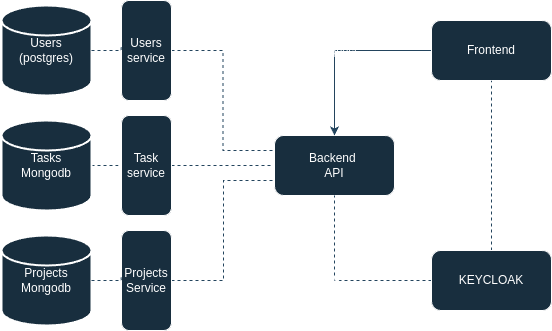
Before: diagram.drawio.png, a diagram exported from draw.io (pgruchala/toDoApp). Source tidied: cells renumbered, new cells last; positions are measured from the earlier drawing's top-left corner, leaving out a move shared by most shapes. Source of this version:
```xml
<mxGraphModel>
  <root>
    <mxCell id="0" />
    <mxCell id="1" parent="0" />
    <mxCell id="2" value="Users&lt;br&gt;(postgres)" style="strokeWidth=2;html=1;shape=mxgraph.flowchart.database;whiteSpace=wrap;labelBackgroundColor=none;fillColor=#182E3E;strokeColor=#FFFFFF;fontColor=#FFFFFF;" parent="1" vertex="1">
      <mxGeometry y="5" width="90" height="90" as="geometry" />
    </mxCell>
    <mxCell id="3" style="edgeStyle=orthogonalEdgeStyle;rounded=0;jettySize=auto;html=1;exitX=1;exitY=0.5;exitDx=0;exitDy=0;exitPerimeter=0;entryX=0;entryY=0.5;entryDx=0;entryDy=0;dashed=1;endArrow=none;startFill=0;labelBackgroundColor=none;fontColor=default;strokeColor=#23445D;" parent="1" edge="1" source="4" target="12">
      <mxGeometry relative="1" as="geometry" />
    </mxCell>
    <mxCell id="4" value="Tasks&lt;div&gt;Mongodb&lt;/div&gt;" style="strokeWidth=2;html=1;shape=mxgraph.flowchart.database;whiteSpace=wrap;labelBackgroundColor=none;fillColor=#182E3E;strokeColor=#FFFFFF;fontColor=#FFFFFF;" parent="1" vertex="1">
      <mxGeometry y="120" width="90" height="90" as="geometry" />
    </mxCell>
    <mxCell id="5" value="Projects&lt;div&gt;Mongodb&lt;/div&gt;" style="strokeWidth=2;html=1;shape=mxgraph.flowchart.database;whiteSpace=wrap;labelBackgroundColor=none;fillColor=#182E3E;strokeColor=#FFFFFF;fontColor=#FFFFFF;" parent="1" vertex="1">
      <mxGeometry y="235" width="90" height="90" as="geometry" />
    </mxCell>
    <mxCell id="6" style="edgeStyle=orthogonalEdgeStyle;rounded=0;jettySize=auto;html=1;exitX=1;exitY=0.5;exitDx=0;exitDy=0;entryX=0;entryY=0.75;entryDx=0;entryDy=0;dashed=1;endArrow=none;startFill=0;labelBackgroundColor=none;fontColor=default;strokeColor=#23445D;" parent="1" edge="1" source="7" target="13">
      <mxGeometry relative="1" as="geometry">
        <Array as="points">
          <mxPoint x="222" y="280" />
          <mxPoint x="222" y="180" />
        </Array>
      </mxGeometry>
    </mxCell>
    <mxCell id="7" value="Projects Service" style="rounded=1;whiteSpace=wrap;html=1;labelBackgroundColor=none;fillColor=#182E3E;strokeColor=#FFFFFF;fontColor=#FFFFFF;" parent="1" vertex="1">
      <mxGeometry x="120" y="230" width="50" height="100" as="geometry" />
    </mxCell>
    <mxCell id="8" style="edgeStyle=orthogonalEdgeStyle;rounded=0;orthogonalLoop=1;jettySize=auto;html=1;exitX=1;exitY=0.5;exitDx=0;exitDy=0;entryX=1;entryY=0.5;entryDx=0;entryDy=0;labelBackgroundColor=none;fontColor=default;strokeColor=#23445D;" parent="1" edge="1" source="10" target="10">
      <mxGeometry relative="1" as="geometry" />
    </mxCell>
    <mxCell id="9" style="edgeStyle=orthogonalEdgeStyle;rounded=0;jettySize=auto;html=1;entryX=0;entryY=0.25;entryDx=0;entryDy=0;dashed=1;endArrow=none;startFill=0;labelBackgroundColor=none;fontColor=default;strokeColor=#23445D;" parent="1" edge="1" source="10" target="13">
      <mxGeometry relative="1" as="geometry" />
    </mxCell>
    <mxCell id="10" value="&lt;span style=&quot;font-weight: normal;&quot;&gt;Users service&lt;/span&gt;" style="rounded=1;whiteSpace=wrap;html=1;fontStyle=1;labelBackgroundColor=none;fillColor=#182E3E;strokeColor=#FFFFFF;fontColor=#FFFFFF;" parent="1" vertex="1">
      <mxGeometry x="120" width="50" height="100" as="geometry" />
    </mxCell>
    <mxCell id="11" style="edgeStyle=orthogonalEdgeStyle;rounded=0;jettySize=auto;html=1;dashed=1;endArrow=none;startFill=0;labelBackgroundColor=none;fontColor=default;strokeColor=#23445D;" parent="1" edge="1" source="12">
      <mxGeometry relative="1" as="geometry">
        <mxPoint x="270" y="165" as="targetPoint" />
      </mxGeometry>
    </mxCell>
    <mxCell id="12" value="Task&lt;div&gt;service&lt;/div&gt;" style="rounded=1;whiteSpace=wrap;html=1;labelBackgroundColor=none;fillColor=#182E3E;strokeColor=#FFFFFF;fontColor=#FFFFFF;" parent="1" vertex="1">
      <mxGeometry x="120" y="115" width="50" height="100" as="geometry" />
    </mxCell>
    <mxCell id="13" value="Backend&amp;nbsp;&lt;div&gt;API&lt;/div&gt;" style="rounded=1;whiteSpace=wrap;html=1;labelBackgroundColor=none;fillColor=#182E3E;strokeColor=#FFFFFF;fontColor=#FFFFFF;" parent="1" vertex="1">
      <mxGeometry x="273" y="135" width="120" height="60" as="geometry" />
    </mxCell>
    <mxCell id="14" style="edgeStyle=orthogonalEdgeStyle;rounded=0;jettySize=auto;html=1;exitX=1;exitY=0.5;exitDx=0;exitDy=0;exitPerimeter=0;entryX=-0.009;entryY=0.445;entryDx=0;entryDy=0;entryPerimeter=0;dashed=1;endArrow=none;startFill=0;labelBackgroundColor=none;fontColor=default;strokeColor=#23445D;" parent="1" edge="1" source="2" target="10">
      <mxGeometry relative="1" as="geometry" />
    </mxCell>
    <mxCell id="15" style="edgeStyle=orthogonalEdgeStyle;rounded=0;jettySize=auto;html=1;exitX=1;exitY=0.5;exitDx=0;exitDy=0;exitPerimeter=0;entryX=-0.007;entryY=0.454;entryDx=0;entryDy=0;entryPerimeter=0;dashed=1;endArrow=none;startFill=0;labelBackgroundColor=none;fontColor=default;strokeColor=#23445D;" parent="1" edge="1" source="5" target="7">
      <mxGeometry relative="1" as="geometry" />
    </mxCell>
    <mxCell id="16" style="edgeStyle=orthogonalEdgeStyle;rounded=0;jettySize=auto;html=1;entryX=0.5;entryY=0;entryDx=0;entryDy=0;labelBackgroundColor=none;fontColor=default;strokeColor=#23445D;" parent="1" edge="1" source="18" target="13">
      <mxGeometry relative="1" as="geometry" />
    </mxCell>
    <mxCell id="17" value="Request" style="edgeLabel;html=1;align=center;verticalAlign=middle;labelBackgroundColor=none;fontColor=#FFFFFF;" parent="16" vertex="1">
      <mxGeometry x="-0.63" y="-2" relative="1" as="geometry">
        <mxPoint x="-62" y="2" as="offset" />
      </mxGeometry>
    </mxCell>
    <mxCell id="18" value="Frontend" style="rounded=1;whiteSpace=wrap;html=1;labelBackgroundColor=none;fillColor=#182E3E;strokeColor=#FFFFFF;fontColor=#FFFFFF;" parent="1" vertex="1">
      <mxGeometry x="430" y="20" width="120" height="60" as="geometry" />
    </mxCell>
    <mxCell id="19" style="edgeStyle=orthogonalEdgeStyle;rounded=0;jettySize=auto;html=1;entryX=0.5;entryY=1;entryDx=0;entryDy=0;endArrow=none;startFill=0;dashed=1;labelBackgroundColor=none;fontColor=default;strokeColor=#23445D;" parent="1" edge="1" source="23" target="13">
      <mxGeometry relative="1" as="geometry" />
    </mxCell>
    <mxCell id="20" value="JWT" style="edgeLabel;html=1;align=center;verticalAlign=middle;labelBackgroundColor=none;fontColor=#FFFFFF;" parent="19" vertex="1">
      <mxGeometry x="-0.09" y="-1" relative="1" as="geometry">
        <mxPoint x="-14" y="1" as="offset" />
      </mxGeometry>
    </mxCell>
    <mxCell id="21" style="edgeStyle=orthogonalEdgeStyle;rounded=0;jettySize=auto;html=1;exitX=0.5;exitY=0;exitDx=0;exitDy=0;entryX=0.5;entryY=1;entryDx=0;entryDy=0;endArrow=none;startFill=0;dashed=1;labelBackgroundColor=none;fontColor=default;strokeColor=#23445D;" parent="1" edge="1" source="23" target="18">
      <mxGeometry relative="1" as="geometry" />
    </mxCell>
    <mxCell id="22" value="Authenticate" style="edgeLabel;html=1;align=center;verticalAlign=middle;labelBackgroundColor=none;fontColor=#FFFFFF;" parent="21" vertex="1">
      <mxGeometry x="0.08" y="-1" relative="1" as="geometry" />
    </mxCell>
    <mxCell id="23" value="KEYCLOAK" style="rounded=1;whiteSpace=wrap;html=1;labelBackgroundColor=none;fillColor=#182E3E;strokeColor=#FFFFFF;fontColor=#FFFFFF;" parent="1" vertex="1">
      <mxGeometry x="430" y="250" width="120" height="60" as="geometry" />
    </mxCell>
  </root>
</mxGraphModel>
```
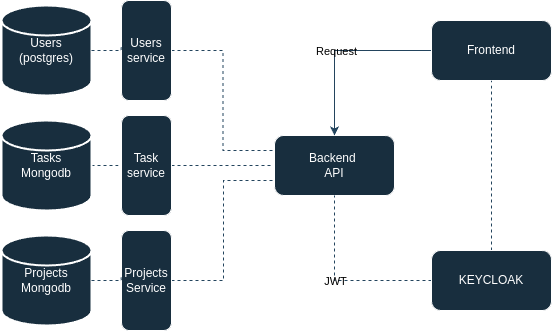
After the change.

Commit message:
diagram font color change

Change to the diagram source:
```diff
@@ -54,7 +54,7 @@
     <mxCell id="16" style="edgeStyle=orthogonalEdgeStyle;rounded=0;jettySize=auto;html=1;entryX=0.5;entryY=0;entryDx=0;entryDy=0;labelBackgroundColor=none;fontColor=default;strokeColor=#23445D;" parent="1" edge="1" source="18" target="13">
       <mxGeometry relative="1" as="geometry" />
     </mxCell>
-    <mxCell id="17" value="Request" style="edgeLabel;html=1;align=center;verticalAlign=middle;labelBackgroundColor=none;fontColor=#FFFFFF;" parent="16" vertex="1">
+    <mxCell id="17" value="Request" style="edgeLabel;html=1;align=center;verticalAlign=middle;labelBackgroundColor=none;fontColor=#000000;" parent="16" vertex="1">
       <mxGeometry x="-0.63" y="-2" relative="1" as="geometry">
         <mxPoint x="-62" y="2" as="offset" />
       </mxGeometry>
@@ -65,7 +65,7 @@
     <mxCell id="19" style="edgeStyle=orthogonalEdgeStyle;rounded=0;jettySize=auto;html=1;entryX=0.5;entryY=1;entryDx=0;entryDy=0;endArrow=none;startFill=0;dashed=1;labelBackgroundColor=none;fontColor=default;strokeColor=#23445D;" parent="1" edge="1" source="23" target="13">
       <mxGeometry relative="1" as="geometry" />
     </mxCell>
-    <mxCell id="20" value="JWT" style="edgeLabel;html=1;align=center;verticalAlign=middle;labelBackgroundColor=none;fontColor=#FFFFFF;" parent="19" vertex="1">
+    <mxCell id="20" value="JWT" style="edgeLabel;html=1;align=center;verticalAlign=middle;labelBackgroundColor=none;fontColor=#000000;" parent="19" vertex="1">
       <mxGeometry x="-0.09" y="-1" relative="1" as="geometry">
         <mxPoint x="-14" y="1" as="offset" />
       </mxGeometry>
```
